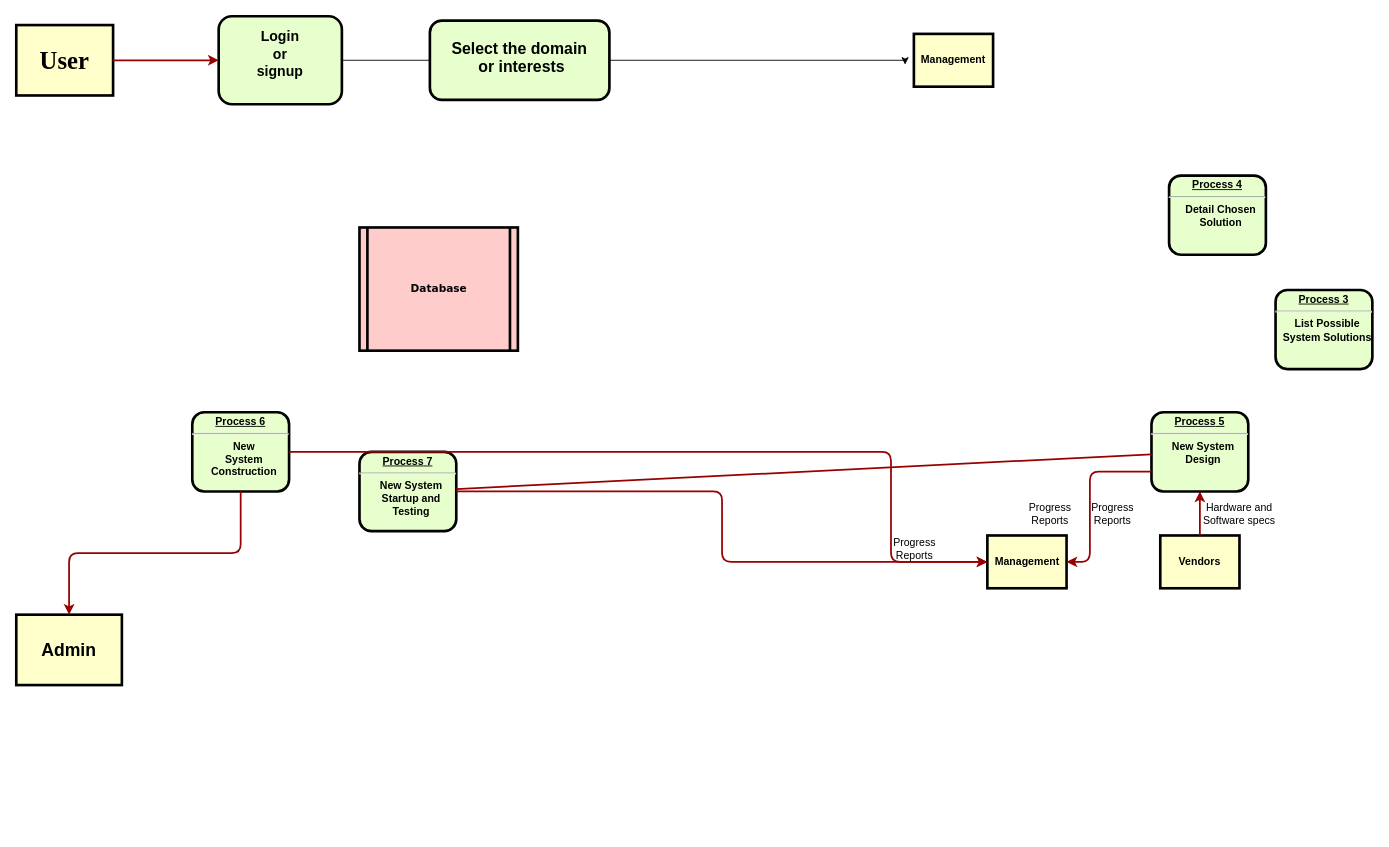
aadishh/news_portal keeps this draw.io diagram as project details/news_portal workflow.drawio. Above is the earlier version. Source tidied: cells renumbered, new cells numbered last; positions are measured from the earlier drawing's top-left corner, leaving out a move shared by most shapes. Both pictures are drawn from the tidied source at 88%, with x=0, y=0 at pixel (16, 16).
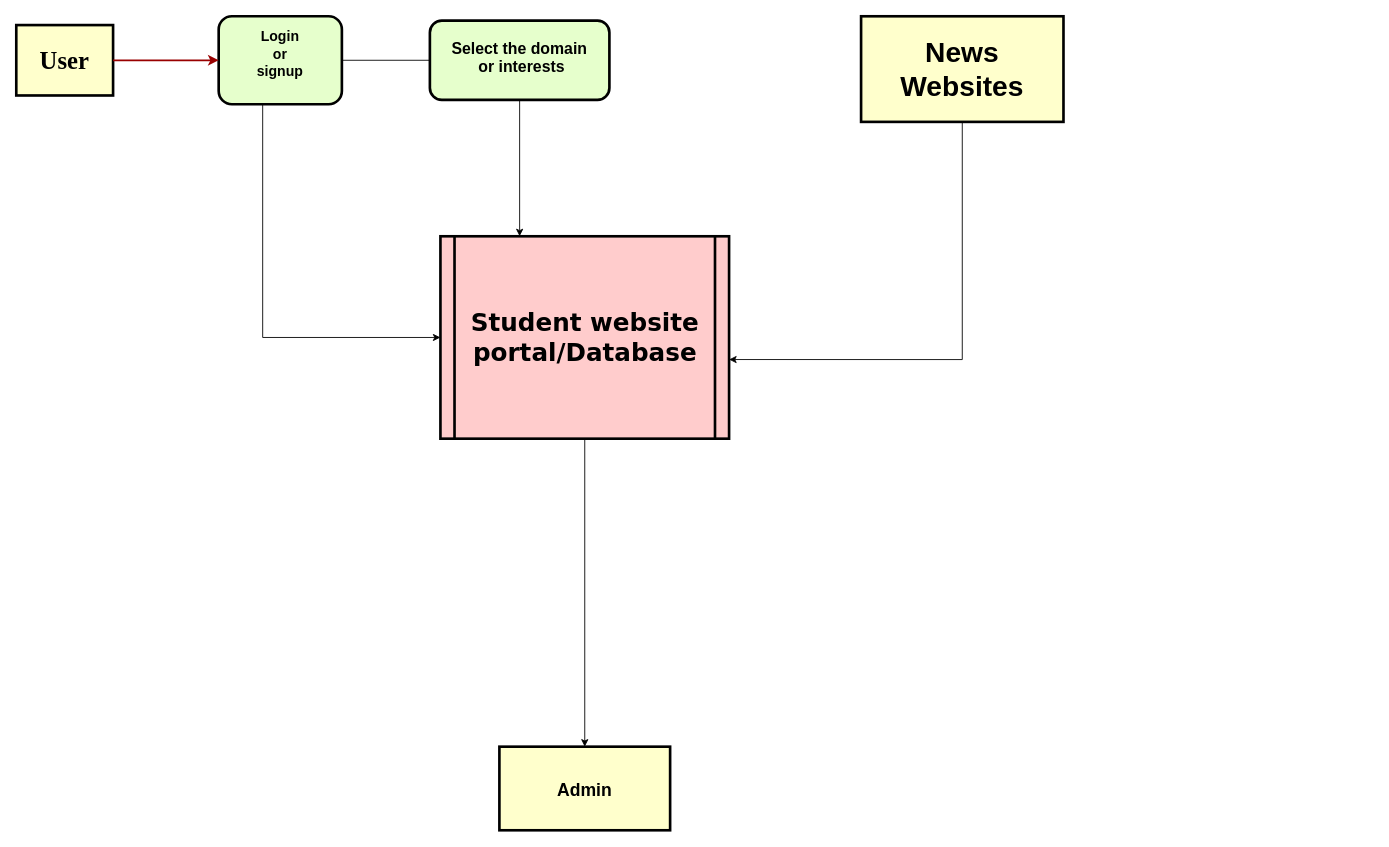
The same page after the edit.

The change refers to these unchanged cells:
```xml
<mxCell id="3" value="&lt;br&gt;&lt;div&gt;&lt;font size=&quot;3&quot;&gt;Login&lt;/font&gt;&lt;/div&gt;&lt;div&gt;&lt;font size=&quot;3&quot;&gt;or &lt;br&gt;&lt;/font&gt;&lt;/div&gt;&lt;div&gt;&lt;font size=&quot;3&quot;&gt;signup&lt;br&gt;&lt;/font&gt;&lt;/div&gt;" style="verticalAlign=middle;align=center;overflow=fill;fontSize=12;fontFamily=Helvetica;html=1;rounded=1;fontStyle=1;strokeWidth=3;fillColor=#E6FFCC;" parent="1" vertex="1">
  <mxGeometry x="230" width="140" height="100" as="geometry" />
</mxCell>
<mxCell id="27" value="&lt;div&gt;&lt;font style=&quot;font-size: 18px;&quot;&gt;&lt;br&gt;&lt;/font&gt;&lt;/div&gt;&lt;div&gt;&lt;font style=&quot;font-size: 18px;&quot;&gt;Select the domain&lt;/font&gt;&lt;/div&gt;&lt;div&gt;&lt;font style=&quot;font-size: 18px;&quot;&gt;&amp;nbsp;or interests&lt;/font&gt;&lt;/div&gt;" style="verticalAlign=middle;align=center;overflow=fill;fontSize=12;fontFamily=Helvetica;html=1;rounded=1;fontStyle=1;strokeWidth=3;fillColor=#E6FFCC;" parent="1" vertex="1">
  <mxGeometry x="470" y="5" width="204" height="90" as="geometry" />
</mxCell>
```

Change to the diagram source:
```diff
@@
-    <mxCell id="2" style="edgeStyle=orthogonalEdgeStyle;rounded=0;jettySize=auto;html=1;fontFamily=Times New Roman;fontSize=20;startArrow=none;" parent="1" edge="1" source="27">
-      <mxGeometry relative="1" as="geometry">
-        <mxPoint x="1010" y="55" as="targetPoint" />
-        <Array as="points">
-          <mxPoint x="1010" y="50" />
-        </Array>
-      </mxGeometry>
-    </mxCell>
+    <mxCell id="28" style="edgeStyle=orthogonalEdgeStyle;rounded=0;jettySize=auto;html=1;entryX=0;entryY=0.5;entryDx=0;entryDy=0;fontSize=32;" parent="1" edge="1" source="3" target="5">
+      <mxGeometry relative="1" as="geometry">
+        <Array as="points">
+          <mxPoint x="280" y="365" />
+        </Array>
+      </mxGeometry>
+    </mxCell>
@@
+    <mxCell id="29" style="edgeStyle=orthogonalEdgeStyle;rounded=0;jettySize=auto;html=1;entryX=0.5;entryY=0;entryDx=0;entryDy=0;fontSize=28;" parent="1" edge="1" source="5" target="12">
+      <mxGeometry relative="1" as="geometry" />
+    </mxCell>
-    <mxCell id="5" value="Database" style="shape=process;whiteSpace=wrap;align=center;verticalAlign=middle;size=0.0475;fontStyle=1;strokeWidth=3;fillColor=#FFCCCC;fontFamily=Verdana;" parent="1" vertex="1">
-      <mxGeometry x="390" y="240" width="180" height="140" as="geometry" />
+    <mxCell id="5" value="Student website portal/Database" style="shape=process;whiteSpace=wrap;align=center;verticalAlign=middle;size=0.0475;fontStyle=1;strokeWidth=3;fillColor=#FFCCCC;fontFamily=Verdana;fontSize=28;" parent="1" vertex="1">
+      <mxGeometry x="482" y="250" width="328" height="230" as="geometry" />
     </mxCell>
-    <mxCell id="6" value="&lt;p style=&quot;margin: 0px; margin-top: 4px; text-align: center; text-decoration: underline;&quot;&gt;&lt;strong&gt;&lt;strong&gt;Process&lt;/strong&gt; 3&lt;br /&gt;&lt;/strong&gt;&lt;/p&gt;&lt;hr /&gt;&lt;p style=&quot;margin: 0px; margin-left: 8px;&quot;&gt;List Possible&lt;/p&gt;&lt;p style=&quot;margin: 0px; margin-left: 8px;&quot;&gt;System Solutions&lt;/p&gt;" style="verticalAlign=middle;align=center;overflow=fill;fontSize=12;fontFamily=Helvetica;html=1;rounded=1;fontStyle=1;strokeWidth=3;fillColor=#E6FFCC;" parent="1" vertex="1">
-      <mxGeometry x="1431" y="311" width="110" height="90" as="geometry" />
-    </mxCell>
-    <mxCell id="7" value="&lt;p style=&quot;margin: 0px; margin-top: 4px; text-align: center; text-decoration: underline;&quot;&gt;&lt;strong&gt;&lt;strong&gt;Process&lt;/strong&gt; 4&lt;br /&gt;&lt;/strong&gt;&lt;/p&gt;&lt;hr /&gt;&lt;p style=&quot;margin: 0px; margin-left: 8px;&quot;&gt;Detail Chosen&lt;/p&gt;&lt;p style=&quot;margin: 0px; margin-left: 8px;&quot;&gt;Solution&lt;/p&gt;" style="verticalAlign=middle;align=center;overflow=fill;fontSize=12;fontFamily=Helvetica;html=1;rounded=1;fontStyle=1;strokeWidth=3;fillColor=#E6FFCC;" parent="1" vertex="1">
-      <mxGeometry x="1310" y="181" width="110" height="90" as="geometry" />
-    </mxCell>
-    <mxCell id="8" value="&lt;p style=&quot;margin: 0px; margin-top: 4px; text-align: center; text-decoration: underline;&quot;&gt;&lt;strong&gt;&lt;strong&gt;Process&lt;/strong&gt; 5&lt;br /&gt;&lt;/strong&gt;&lt;/p&gt;&lt;hr /&gt;&lt;p style=&quot;margin: 0px; margin-left: 8px;&quot;&gt;New System&lt;/p&gt;&lt;p style=&quot;margin: 0px; margin-left: 8px;&quot;&gt;Design&lt;/p&gt;" style="verticalAlign=middle;align=center;overflow=fill;fontSize=12;fontFamily=Helvetica;html=1;rounded=1;fontStyle=1;strokeWidth=3;fillColor=#E6FFCC;" parent="1" vertex="1">
-      <mxGeometry x="1290" y="450" width="110" height="90" as="geometry" />
-    </mxCell>
-    <mxCell id="9" value="&lt;p style=&quot;margin: 0px; margin-top: 4px; text-align: center; text-decoration: underline;&quot;&gt;&lt;strong&gt;&lt;strong&gt;Process&lt;/strong&gt; 6&lt;br /&gt;&lt;/strong&gt;&lt;/p&gt;&lt;hr /&gt;&lt;p style=&quot;margin: 0px; margin-left: 8px;&quot;&gt;New&lt;/p&gt;&lt;p style=&quot;margin: 0px; margin-left: 8px;&quot;&gt;System&lt;/p&gt;&lt;p style=&quot;margin: 0px; margin-left: 8px;&quot;&gt;Construction&lt;/p&gt;" style="verticalAlign=middle;align=center;overflow=fill;fontSize=12;fontFamily=Helvetica;html=1;rounded=1;fontStyle=1;strokeWidth=3;fillColor=#E6FFCC;" parent="1" vertex="1">
-      <mxGeometry x="200" y="450" width="110" height="90" as="geometry" />
-    </mxCell>
+    <mxCell id="30" style="edgeStyle=orthogonalEdgeStyle;rounded=0;jettySize=auto;html=1;entryX=1;entryY=0.609;entryDx=0;entryDy=0;entryPerimeter=0;fontSize=32;" parent="1" edge="1" source="10" target="5">
+      <mxGeometry relative="1" as="geometry">
+        <Array as="points">
+          <mxPoint x="1075" y="390" />
+        </Array>
+      </mxGeometry>
+    </mxCell>
-    <mxCell id="10" value="Management" style="whiteSpace=wrap;align=center;verticalAlign=middle;fontStyle=1;strokeWidth=3;fillColor=#FFFFCC;" parent="1" vertex="1">
-      <mxGeometry x="1020" y="20" width="90" height="60" as="geometry" />
+    <mxCell id="10" value="News Websites" style="whiteSpace=wrap;align=center;verticalAlign=middle;fontStyle=1;strokeWidth=3;fillColor=#FFFFCC;fontSize=32;" parent="1" vertex="1">
+      <mxGeometry x="960" width="230" height="120" as="geometry" />
     </mxCell>
-    <mxCell id="11" value="Management" style="whiteSpace=wrap;align=center;verticalAlign=middle;fontStyle=1;strokeWidth=3;fillColor=#FFFFCC;" parent="1" vertex="1">
-      <mxGeometry x="1103.5" y="590" width="90" height="60" as="geometry" />
-    </mxCell>
     <mxCell id="12" value="Admin" style="whiteSpace=wrap;align=center;verticalAlign=middle;fontStyle=1;strokeWidth=3;fillColor=#FFFFCC;fontSize=20;" parent="1" vertex="1">
-      <mxGeometry y="680" width="120" height="80" as="geometry" />
+      <mxGeometry x="549" y="830" width="194" height="95" as="geometry" />
     </mxCell>
-    <mxCell id="13" value="Vendors" style="whiteSpace=wrap;align=center;verticalAlign=middle;fontStyle=1;strokeWidth=3;fillColor=#FFFFCC;" parent="1" vertex="1">
-      <mxGeometry x="1300" y="590" width="90" height="60" as="geometry" />
-    </mxCell>
@@
-    <mxCell id="15" value="&lt;p style=&quot;margin: 0px; margin-top: 4px; text-align: center; text-decoration: underline;&quot;&gt;&lt;strong&gt;&lt;strong&gt;Process&lt;/strong&gt; 7&lt;br /&gt;&lt;/strong&gt;&lt;/p&gt;&lt;hr /&gt;&lt;p style=&quot;margin: 0px; margin-left: 8px;&quot;&gt;New System&lt;/p&gt;&lt;p style=&quot;margin: 0px; margin-left: 8px;&quot;&gt;Startup and&lt;/p&gt;&lt;p style=&quot;margin: 0px; margin-left: 8px;&quot;&gt;Testing&lt;/p&gt;" style="verticalAlign=middle;align=center;overflow=fill;fontSize=12;fontFamily=Helvetica;html=1;rounded=1;fontStyle=1;strokeWidth=3;fillColor=#E6FFCC;" parent="1" vertex="1">
-      <mxGeometry x="390" y="495" width="110" height="90" as="geometry" />
-    </mxCell>
-    <mxCell id="16" style="endArrow=none;noEdgeStyle=1;strokeColor=#990000;strokeWidth=2;" parent="1" edge="1" source="8" target="15">
-      <mxGeometry relative="1" as="geometry" />
-    </mxCell>
-    <mxCell id="17" style="edgeStyle=elbowEdgeStyle;elbow=horizontal;strokeColor=#990000;strokeWidth=2;" parent="1" edge="1" source="13" target="8">
-      <mxGeometry relative="1" as="geometry" />
-    </mxCell>
-    <mxCell id="18" value="Hardware and&#10;Software specs" style="text;spacingTop=-5;align=center;" parent="1" vertex="1">
-      <mxGeometry x="1375" y="550" width="30" height="20" as="geometry" />
-    </mxCell>
-    <mxCell id="19" style="edgeStyle=elbowEdgeStyle;elbow=horizontal;exitX=0;exitY=0.75;strokeColor=#990000;strokeWidth=2;" parent="1" edge="1" source="8" target="11">
-      <mxGeometry relative="1" as="geometry">
-        <Array as="points">
-          <mxPoint x="1220" y="570" />
-        </Array>
-      </mxGeometry>
-    </mxCell>
-    <mxCell id="20" value="Progress&#10;Reports" style="text;spacingTop=-5;align=center;" parent="1" vertex="1">
-      <mxGeometry x="1231" y="550" width="30" height="20" as="geometry" />
-    </mxCell>
-    <mxCell id="21" style="edgeStyle=elbowEdgeStyle;elbow=horizontal;strokeColor=#990000;strokeWidth=2;" parent="1" edge="1" source="15" target="11">
-      <mxGeometry relative="1" as="geometry" />
-    </mxCell>
-    <mxCell id="22" value="Progress&#10;Reports" style="text;spacingTop=-5;align=center;" parent="1" vertex="1">
-      <mxGeometry x="1160" y="550" width="30" height="20" as="geometry" />
-    </mxCell>
-    <mxCell id="23" style="edgeStyle=elbowEdgeStyle;elbow=horizontal;strokeColor=#990000;strokeWidth=2;" parent="1" edge="1" source="9" target="11">
-      <mxGeometry relative="1" as="geometry">
-        <Array as="points">
-          <mxPoint x="994" y="570" />
-        </Array>
-      </mxGeometry>
-    </mxCell>
-    <mxCell id="24" value="Progress&#10;Reports" style="text;spacingTop=-5;align=center;" parent="1" vertex="1">
-      <mxGeometry x="1006" y="590" width="30" height="20" as="geometry" />
-    </mxCell>
-    <mxCell id="25" style="edgeStyle=elbowEdgeStyle;elbow=vertical;strokeColor=#990000;strokeWidth=2;" parent="1" edge="1" source="9" target="12">
-      <mxGeometry relative="1" as="geometry" />
-    </mxCell>
@@
+    <mxCell id="31" style="edgeStyle=orthogonalEdgeStyle;rounded=0;jettySize=auto;html=1;" parent="1" edge="1" source="27" target="5">
+      <mxGeometry relative="1" as="geometry">
+        <Array as="points">
+          <mxPoint x="572" y="250" />
+        </Array>
+      </mxGeometry>
+    </mxCell>
```
